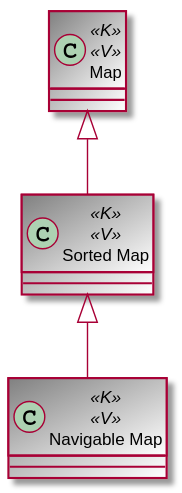
Before: USantaTecla/tech-java/images/Map.svg, a diagram exported from PlantUML (USantaTecla-0-general/3-publicaciones).
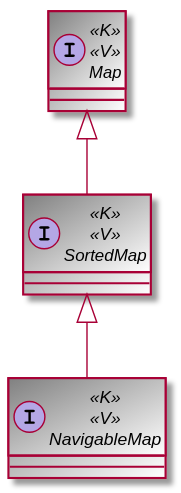
The same diagram one commit later.

Diff of the diagram source:
```diff
@@ -1,7 +1,7 @@
 @startuml
-class Map <<K>> <<V>> #gray/white
-class "Sorted Map"  as SortedMap <<K>><<V>> #gray/white
-class "Navigable Map" as NavigableMap <<K>> <<V>> #gray/white
+interface Map <<K>> <<V>> #gray/white
+interface "SortedMap"  as SortedMap <<K>><<V>> #gray/white
+interface "NavigableMap" as NavigableMap <<K>> <<V>> #gray/white
 
 Map <|-- SortedMap
 SortedMap <|-- NavigableMap
```
